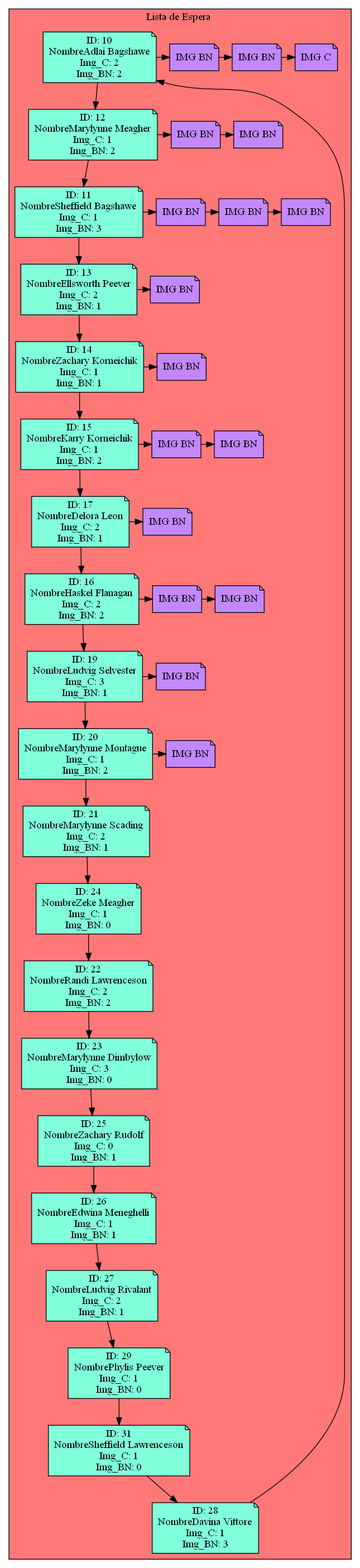
Above: Circular_Doble_espera.png in Serch-ING/EDD_UDRAWING_202000119 (Graphviz), before the change. Its source is kept beside it as Circular_Doble_espera.dot.
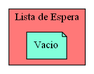
The same diagram one commit later.

Diff of the diagram source:
```diff
@@ -1,164 +1,8 @@
 digraph L {
 node[shape=note fillcolor="#A181FF" style =filled]
 subgraph cluster_p{
-    label= "Lista de Espera "
+    label= "Lista de Espera"
     bgcolor = "#FF7878"
-Nodo306115458[label="ID: 10
-NombreAdlai Bagshawe
-Img_C: 2
-Img_BN: 2",fillcolor="#81FFDA"]
-Nodo1390869998[label="ID: 12
-NombreMarylynne Meagher
-Img_C: 1
-Img_BN: 2",fillcolor="#81FFDA"]
-Nodo1820383114[label="ID: 11
-NombreSheffield Bagshawe
-Img_C: 1
-Img_BN: 3",fillcolor="#81FFDA"]
-Nodo1961173763[label="ID: 13
-NombreEllsworth Peever
-Img_C: 2
-Img_BN: 1",fillcolor="#81FFDA"]
-Nodo771775563[label="ID: 14
-NombreZachary Korneichik
-Img_C: 1
-Img_BN: 1",fillcolor="#81FFDA"]
-Nodo7967307[label="ID: 15
-NombreKarry Korneichik
-Img_C: 1
-Img_BN: 2",fillcolor="#81FFDA"]
-Nodo232307208[label="ID: 17
-NombreDelora Leon
-Img_C: 2
-Img_BN: 1",fillcolor="#81FFDA"]
-Nodo609962972[label="ID: 16
-NombreHaskel Flanagan
-Img_C: 2
-Img_BN: 2",fillcolor="#81FFDA"]
-Nodo489349054[label="ID: 19
-NombreLudvig Selvester
-Img_C: 3
-Img_BN: 1",fillcolor="#81FFDA"]
-Nodo915416632[label="ID: 20
-NombreMarylynne Montague
-Img_C: 1
-Img_BN: 2",fillcolor="#81FFDA"]
-Nodo2131670196[label="ID: 21
-NombreMarylynne Scading
-Img_C: 2
-Img_BN: 1",fillcolor="#81FFDA"]
-Nodo1536031937[label="ID: 24
-NombreZeke Meagher
-Img_C: 1
-Img_BN: 0",fillcolor="#81FFDA"]
-Nodo798981583[label="ID: 22
-NombreRandi Lawrenceson
-Img_C: 2
-Img_BN: 2",fillcolor="#81FFDA"]
-Nodo1793799654[label="ID: 23
-NombreMarylynne Dimbylow
-Img_C: 3
-Img_BN: 0",fillcolor="#81FFDA"]
-Nodo310623126[label="ID: 25
-NombreZachary Rudolf
-Img_C: 0
-Img_BN: 1",fillcolor="#81FFDA"]
-Nodo341796579[label="ID: 26
-NombreEdwina Meneghelli
-Img_C: 1
-Img_BN: 1",fillcolor="#81FFDA"]
-Nodo1297978429[label="ID: 27
-NombreLudvig Rivalant
-Img_C: 2
-Img_BN: 1",fillcolor="#81FFDA"]
-Nodo915349526[label="ID: 29
-NombrePhylis Peever
-Img_C: 1
-Img_BN: 0",fillcolor="#81FFDA"]
-Nodo2005435445[label="ID: 31
-NombreSheffield Lawrenceson
-Img_C: 1
-Img_BN: 0",fillcolor="#81FFDA"]
-Nodo1939990953[label="ID: 28
-NombreDavina Vittore
-Img_C: 1
-Img_BN: 3",fillcolor="#81FFDA"]
+Nodo1008925772[label="Vacio",fillcolor="#81FFDA"]
 
-Nodo306115458 -> Nodo1390869998
-Nodo306115458->Nodo30611545800001
-Nodo30611545800001[label="IMG BN",fillcolor="#C388FC"]Nodo30611545800001->Nodo30611545800002
-Nodo30611545800002[label="IMG BN",fillcolor="#C388FC"]
-Nodo30611545800002->Nodo30611545811111
-Nodo30611545811111[label="IMG C",fillcolor="#C388FC"]
-{rank=same;Nodo306115458,Nodo30611545800001,Nodo30611545800002,Nodo30611545811111}
-Nodo1390869998 -> Nodo1820383114
-Nodo1390869998->Nodo139086999800001
-Nodo139086999800001[label="IMG BN",fillcolor="#C388FC"]Nodo139086999800001->Nodo139086999800002
-Nodo139086999800002[label="IMG BN",fillcolor="#C388FC"]
-{rank=same;Nodo1390869998,Nodo139086999800001,Nodo139086999800002}
-Nodo1820383114 -> Nodo1961173763
-Nodo1820383114->Nodo182038311400001
-Nodo182038311400001[label="IMG BN",fillcolor="#C388FC"]Nodo182038311400001->Nodo182038311400002
-Nodo182038311400002[label="IMG BN",fillcolor="#C388FC"]Nodo182038311400002->Nodo182038311400003
-Nodo182038311400003[label="IMG BN",fillcolor="#C388FC"]
-{rank=same;Nodo1820383114,Nodo182038311400001,Nodo182038311400002,Nodo182038311400003}
-Nodo1961173763 -> Nodo771775563
-Nodo1961173763->Nodo196117376300001
-Nodo196117376300001[label="IMG BN",fillcolor="#C388FC"]
-{rank=same;Nodo1961173763,Nodo196117376300001}
-Nodo771775563 -> Nodo7967307
-Nodo771775563->Nodo77177556300001
-Nodo77177556300001[label="IMG BN",fillcolor="#C388FC"]
-{rank=same;Nodo771775563,Nodo77177556300001}
-Nodo7967307 -> Nodo232307208
-Nodo7967307->Nodo796730700001
-Nodo796730700001[label="IMG BN",fillcolor="#C388FC"]Nodo796730700001->Nodo796730700002
-Nodo796730700002[label="IMG BN",fillcolor="#C388FC"]
-{rank=same;Nodo7967307,Nodo796730700001,Nodo796730700002}
-Nodo232307208 -> Nodo609962972
-Nodo232307208->Nodo23230720800001
-Nodo23230720800001[label="IMG BN",fillcolor="#C388FC"]
-{rank=same;Nodo232307208,Nodo23230720800001}
-Nodo609962972 -> Nodo489349054
-Nodo609962972->Nodo60996297200001
-Nodo60996297200001[label="IMG BN",fillcolor="#C388FC"]Nodo60996297200001->Nodo60996297200002
-Nodo60996297200002[label="IMG BN",fillcolor="#C388FC"]
-{rank=same;Nodo609962972,Nodo60996297200001,Nodo60996297200002}
-Nodo489349054 -> Nodo915416632
-Nodo489349054->Nodo48934905400001
-Nodo48934905400001[label="IMG BN",fillcolor="#C388FC"]
-{rank=same;Nodo489349054,Nodo48934905400001}
-Nodo915416632 -> Nodo2131670196
-Nodo915416632->Nodo91541663200001
-Nodo91541663200001[label="IMG BN",fillcolor="#C388FC"]
-{rank=same;Nodo915416632,Nodo91541663200001}
-Nodo2131670196 -> Nodo1536031937
-
-{rank=same;Nodo2131670196}
-Nodo1536031937 -> Nodo798981583
-
-{rank=same;Nodo1536031937}
-Nodo798981583 -> Nodo1793799654
-
-{rank=same;Nodo798981583}
-Nodo1793799654 -> Nodo310623126
-
-{rank=same;Nodo1793799654}
-Nodo310623126 -> Nodo341796579
-
-{rank=same;Nodo310623126}
-Nodo341796579 -> Nodo1297978429
-
-{rank=same;Nodo341796579}
-Nodo1297978429 -> Nodo915349526
-
-{rank=same;Nodo1297978429}
-Nodo915349526 -> Nodo2005435445
-
-{rank=same;Nodo915349526}
-Nodo2005435445 -> Nodo1939990953
-
-{rank=same;Nodo2005435445}
-Nodo1939990953 -> Nodo306115458
-
-{rank=same;Nodo1939990953}}}
+}}
```
